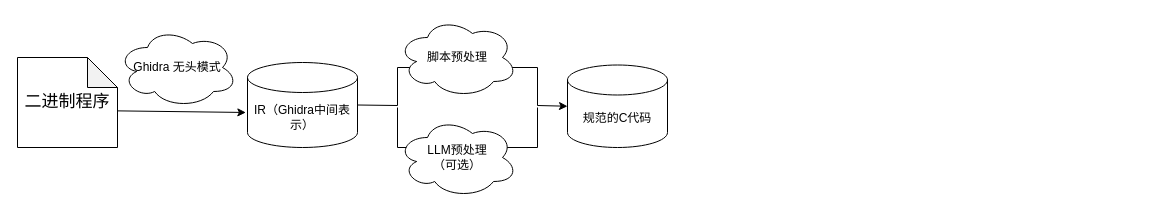
The draw.io diagram MindMap/BLCAnalyzer1.0.drawio in hourhl/Draw-io, before the edit. Source tidied: cells renumbered, new cells numbered last; positions are measured from the earlier drawing's top-left corner, leaving out a move shared by most shapes. Both pictures are drawn from the tidied source at 100%, with x=0, y=0 at pixel (17, 17).
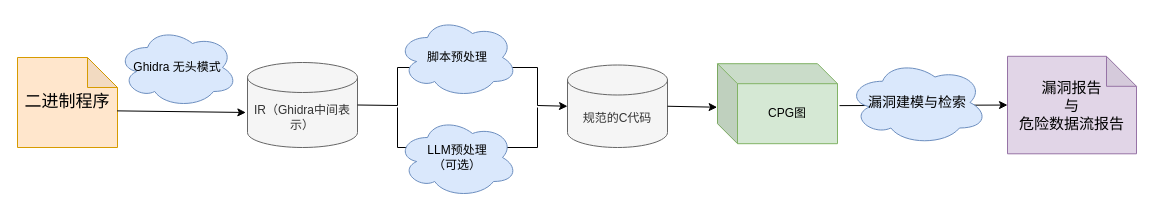
The same page after the edit.

Change to the diagram source:
```diff
@@
-    <mxCell id="2" value="&lt;font style=&quot;font-size: 17px;&quot;&gt;二进制程序&lt;/font&gt;" style="shape=note;whiteSpace=wrap;html=1;backgroundOutline=1;darkOpacity=0.05;" parent="1" vertex="1">
+    <mxCell id="2" value="&lt;font style=&quot;font-size: 17px;&quot;&gt;二进制程序&lt;/font&gt;" style="shape=note;whiteSpace=wrap;html=1;backgroundOutline=1;darkOpacity=0.05;fillColor=#ffe6cc;strokeColor=#d79b00;" parent="1" vertex="1">
       <mxGeometry y="40" width="100" height="90" as="geometry" />
     </mxCell>
-    <mxCell id="3" value="IR（Ghidra中间表示）" style="shape=cylinder3;whiteSpace=wrap;html=1;boundedLbl=1;backgroundOutline=1;size=15;" parent="1" vertex="1">
+    <mxCell id="3" value="IR（Ghidra中间表示）" style="shape=cylinder3;whiteSpace=wrap;html=1;boundedLbl=1;backgroundOutline=1;size=15;fillColor=#f5f5f5;fontColor=#333333;strokeColor=#666666;" parent="1" vertex="1">
       <mxGeometry x="230" y="45" width="110" height="85" as="geometry" />
     </mxCell>
@@
-    <mxCell id="5" value="Ghidra 无头模式" style="ellipse;shape=cloud;whiteSpace=wrap;html=1;" parent="1" vertex="1">
+    <mxCell id="5" value="Ghidra 无头模式" style="ellipse;shape=cloud;whiteSpace=wrap;html=1;fillColor=#dae8fc;strokeColor=#6c8ebf;" parent="1" vertex="1">
       <mxGeometry x="100" y="10" width="120" height="80" as="geometry" />
     </mxCell>
-    <mxCell id="6" value="规范的C代码" style="shape=cylinder3;whiteSpace=wrap;html=1;boundedLbl=1;backgroundOutline=1;size=15;" parent="1" vertex="1">
+    <mxCell id="6" value="规范的C代码" style="shape=cylinder3;whiteSpace=wrap;html=1;boundedLbl=1;backgroundOutline=1;size=15;fillColor=#f5f5f5;fontColor=#333333;strokeColor=#666666;" parent="1" vertex="1">
       <mxGeometry x="550" y="47.5" width="100" height="82.5" as="geometry" />
     </mxCell>
@@
-    <mxCell id="9" value="脚本预处理" style="ellipse;shape=cloud;whiteSpace=wrap;html=1;" parent="1" vertex="1">
+    <mxCell id="9" value="脚本预处理" style="ellipse;shape=cloud;whiteSpace=wrap;html=1;fillColor=#dae8fc;strokeColor=#6c8ebf;" parent="1" vertex="1">
       <mxGeometry x="380" width="120" height="80" as="geometry" />
     </mxCell>
-    <mxCell id="10" value="LLM预处理&lt;div&gt;（可选）&lt;/div&gt;" style="ellipse;shape=cloud;whiteSpace=wrap;html=1;" parent="1" vertex="1">
+    <mxCell id="10" value="LLM预处理&lt;div&gt;（可选）&lt;/div&gt;" style="ellipse;shape=cloud;whiteSpace=wrap;html=1;fillColor=#dae8fc;strokeColor=#6c8ebf;" parent="1" vertex="1">
       <mxGeometry x="380" y="100" width="120" height="80" as="geometry" />
     </mxCell>
+    <mxCell id="11" value="CPG图" style="shape=cube;whiteSpace=wrap;html=1;boundedLbl=1;backgroundOutline=1;darkOpacity=0.05;darkOpacity2=0.1;fillColor=#d5e8d4;strokeColor=#82b366;" parent="1" vertex="1">
+      <mxGeometry x="700" y="46.2" width="120" height="80" as="geometry" />
+    </mxCell>
+    <mxCell id="12" style="endArrow=classic;html=1;rounded=0;exitX=1;exitY=0.5;exitDx=0;exitDy=0;exitPerimeter=0;entryX=-0.003;entryY=0.544;entryDx=0;entryDy=0;entryPerimeter=0;" parent="1" edge="1" source="6" target="11">
+      <mxGeometry relative="1" as="geometry" />
+    </mxCell>
+    <mxCell id="13" value="&lt;font style=&quot;font-size: 15px;&quot;&gt;漏洞报告&lt;/font&gt;&lt;div&gt;&lt;font style=&quot;font-size: 15px;&quot;&gt;与&lt;/font&gt;&lt;/div&gt;&lt;div&gt;&lt;font style=&quot;font-size: 15px;&quot;&gt;危险数据流报告&lt;/font&gt;&lt;/div&gt;" style="shape=note;whiteSpace=wrap;html=1;backgroundOutline=1;darkOpacity=0.05;fillColor=#e1d5e7;strokeColor=#9673a6;" parent="1" vertex="1">
+      <mxGeometry x="990" y="38.8" width="129" height="97.5" as="geometry" />
+    </mxCell>
+    <mxCell id="14" style="endArrow=classic;html=1;rounded=0;exitX=1.017;exitY=0.524;exitDx=0;exitDy=0;exitPerimeter=0;entryX=0;entryY=0.5;entryDx=0;entryDy=0;entryPerimeter=0;" parent="1" edge="1" source="11" target="13">
+      <mxGeometry relative="1" as="geometry" />
+    </mxCell>
+    <mxCell id="15" value="&lt;font style=&quot;font-size: 14px;&quot;&gt;漏洞建模与检索&lt;/font&gt;" style="ellipse;shape=cloud;whiteSpace=wrap;html=1;fillColor=#dae8fc;strokeColor=#6c8ebf;" parent="1" vertex="1">
+      <mxGeometry x="830" y="42.5" width="140" height="85" as="geometry" />
+    </mxCell>
```
